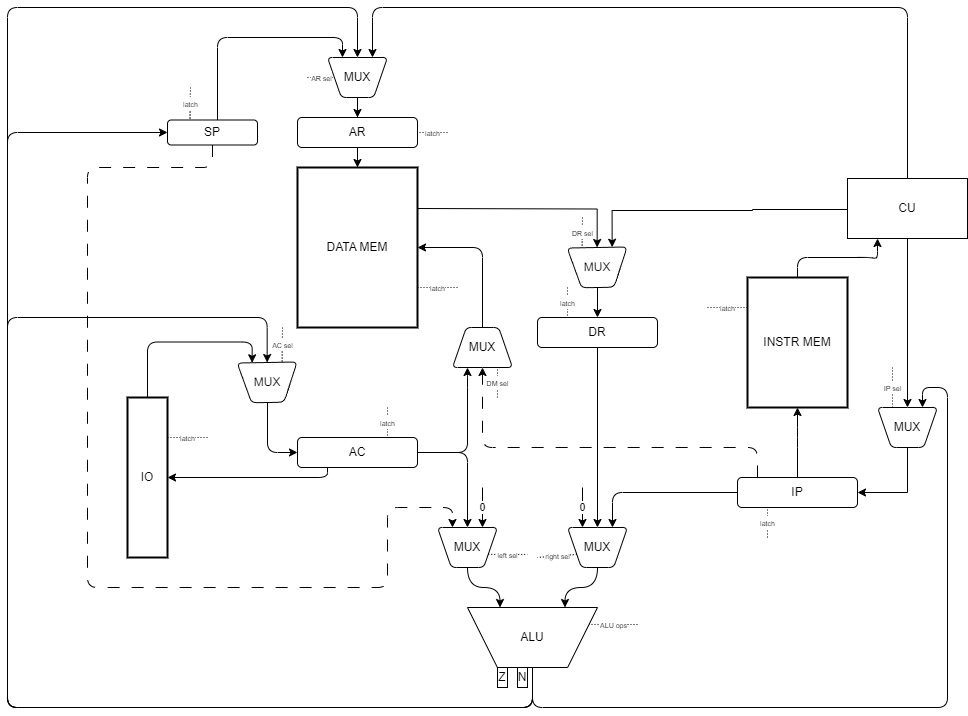
This is docs/sheme.png from artem961/csa-lab-4, a draw.io export, as it was before one commit. Source tidied: cells renumbered, new cells last; positions are measured from the earlier drawing's top-left corner, leaving out a move shared by most shapes.
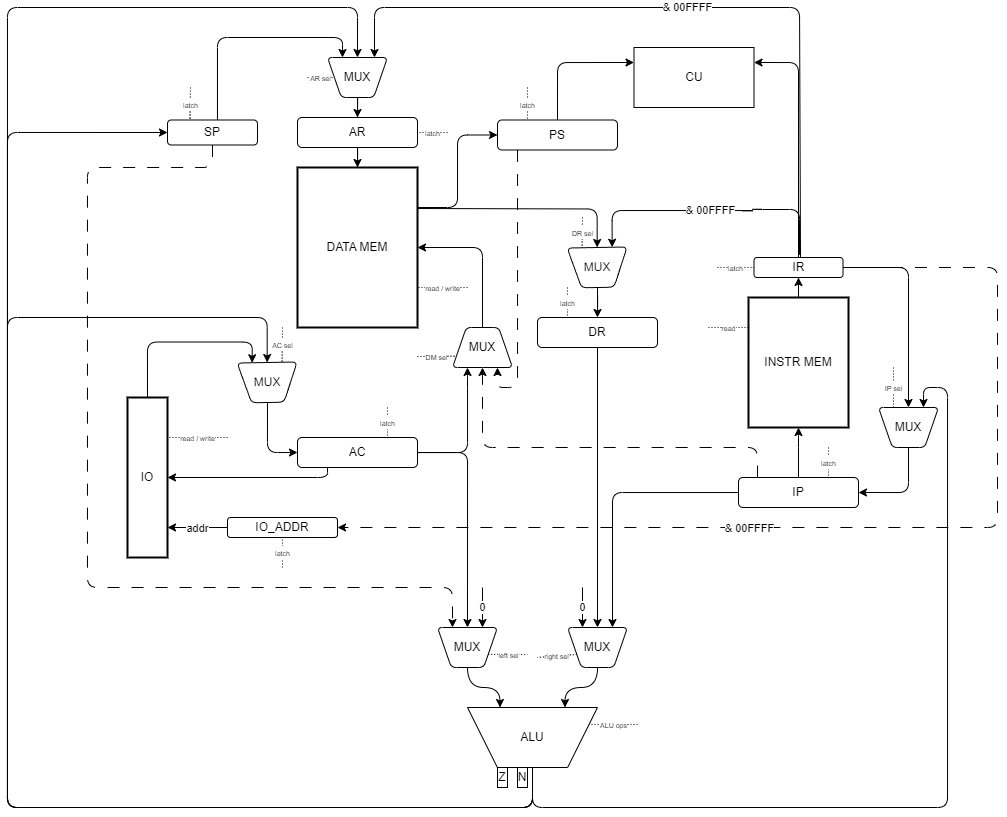
Above is the later version.

Commit message:
sync sheme and code + cu sheme

What changed in the source:
```diff
@@ -4,9 +4,9 @@
     <mxCell id="1" parent="0" />
-    <mxCell id="2" style="edgeStyle=orthogonalEdgeStyle;rounded=1;jettySize=auto;html=1;entryX=0.25;entryY=1;entryDx=0;entryDy=0;exitX=0.5;exitY=0;exitDx=0;exitDy=0;curved=0;" parent="1" edge="1" source="3" target="13">
-      <mxGeometry relative="1" as="geometry" />
-    </mxCell>
+    <mxCell id="67" style="edgeStyle=orthogonalEdgeStyle;rounded=0;jettySize=auto;html=1;entryX=0.5;entryY=1;entryDx=0;entryDy=0;" parent="1" edge="1" source="3" target="76">
+      <mxGeometry relative="1" as="geometry" />
+    </mxCell>
     <mxCell id="3" value="INSTR MEM" style="rounded=0;whiteSpace=wrap;html=1;strokeWidth=2;" parent="1" vertex="1">
-      <mxGeometry x="740" y="270" width="100" height="130" as="geometry" />
+      <mxGeometry x="741" y="290" width="100" height="130" as="geometry" />
     </mxCell>
-    <mxCell id="4" style="edgeStyle=orthogonalEdgeStyle;rounded=0;jettySize=auto;html=1;entryX=0.5;entryY=0;entryDx=0;entryDy=0;exitX=1;exitY=0.25;exitDx=0;exitDy=0;" parent="1" edge="1" target="65">
+    <mxCell id="4" style="edgeStyle=orthogonalEdgeStyle;rounded=1;jettySize=auto;html=1;entryX=0.5;entryY=0;entryDx=0;entryDy=0;exitX=1;exitY=0.25;exitDx=0;exitDy=0;curved=0;" parent="1" edge="1" target="65">
       <mxGeometry relative="1" as="geometry">
@@ -15,2 +15,5 @@
     </mxCell>
+    <mxCell id="68" style="edgeStyle=orthogonalEdgeStyle;rounded=1;jettySize=auto;html=1;entryX=0;entryY=0.5;entryDx=0;entryDy=0;exitX=1;exitY=0.25;exitDx=0;exitDy=0;curved=0;" parent="1" edge="1" source="5" target="71">
+      <mxGeometry relative="1" as="geometry" />
+    </mxCell>
     <mxCell id="5" value="DATA MEM" style="rounded=0;whiteSpace=wrap;html=1;strokeWidth=2;" parent="1" vertex="1">
@@ -21,4 +24,4 @@
         <Array as="points">
-          <mxPoint x="790" y="430" />
-          <mxPoint x="790" y="430" />
+          <mxPoint x="791" y="430" />
+          <mxPoint x="791" y="430" />
         </Array>
@@ -38,13 +41,13 @@
     <mxCell id="9" value="IP" style="rounded=1;whiteSpace=wrap;html=1;" parent="1" vertex="1">
-      <mxGeometry x="730" y="470" width="120" height="30" as="geometry" />
+      <mxGeometry x="731" y="470" width="120" height="30" as="geometry" />
     </mxCell>
-    <mxCell id="10" style="edgeStyle=orthogonalEdgeStyle;rounded=0;jettySize=auto;html=1;entryX=0.5;entryY=0;entryDx=0;entryDy=0;" parent="1" edge="1" source="13" target="30">
+    <mxCell id="10" style="edgeStyle=orthogonalEdgeStyle;rounded=1;jettySize=auto;html=1;entryX=0.5;entryY=0;entryDx=0;entryDy=0;exitX=1;exitY=0.5;exitDx=0;exitDy=0;curved=0;" parent="1" edge="1" source="76" target="30">
       <mxGeometry relative="1" as="geometry" />
     </mxCell>
-    <mxCell id="11" style="edgeStyle=orthogonalEdgeStyle;rounded=0;jettySize=auto;html=1;entryX=0.75;entryY=0;entryDx=0;entryDy=0;exitX=0;exitY=0.5;exitDx=0;exitDy=0;" parent="1" edge="1" target="65">
+    <mxCell id="11" value="&amp;amp; 00FFFF" style="edgeStyle=orthogonalEdgeStyle;rounded=1;jettySize=auto;html=1;entryX=0.75;entryY=0;entryDx=0;entryDy=0;exitX=0.511;exitY=-0.131;exitDx=0;exitDy=0;curved=0;exitPerimeter=0;" parent="1" edge="1" source="76" target="65">
       <mxGeometry relative="1" as="geometry">
-        <mxPoint x="840" y="203" as="sourcePoint" />
         <Array as="points">
+          <mxPoint x="792" y="202" />
           <mxPoint x="745" y="202" />
-          <mxPoint x="645" y="203" />
+          <mxPoint x="605" y="203" />
         </Array>
@@ -52,7 +55,10 @@
     </mxCell>
-    <mxCell id="12" style="edgeStyle=orthogonalEdgeStyle;rounded=1;jettySize=auto;html=1;entryX=0.75;entryY=0;entryDx=0;entryDy=0;exitX=0.5;exitY=0;exitDx=0;exitDy=0;curved=0;" parent="1" edge="1" source="13" target="34">
+    <mxCell id="12" value="&amp;amp; 00FFFF" style="edgeStyle=orthogonalEdgeStyle;rounded=1;orthogonalLoop=1;jettySize=auto;html=1;entryX=0.75;entryY=0;entryDx=0;entryDy=0;exitX=0.5;exitY=0;exitDx=0;exitDy=0;curved=0;" parent="1" edge="1">
       <mxGeometry relative="1" as="geometry">
+        <mxPoint x="793" y="250" as="sourcePoint" />
+        <mxPoint x="367" y="50" as="targetPoint" />
         <Array as="points">
-          <mxPoint x="900" />
-          <mxPoint x="365" />
+          <mxPoint x="792" y="250" />
+          <mxPoint x="792" />
+          <mxPoint x="367" />
         </Array>
@@ -61,3 +67,3 @@
     <mxCell id="13" value="CU" style="rounded=0;whiteSpace=wrap;html=1;" parent="1" vertex="1">
-      <mxGeometry x="840" y="171" width="120" height="60" as="geometry" />
+      <mxGeometry x="626.5" y="40" width="120" height="60" as="geometry" />
     </mxCell>
@@ -72,6 +78,6 @@
         <Array as="points">
-          <mxPoint x="525" y="700" />
-          <mxPoint x="940" y="700" />
+          <mxPoint x="525" y="800" />
+          <mxPoint x="940" y="800" />
           <mxPoint x="940" y="380" />
-          <mxPoint x="915" y="380" />
+          <mxPoint x="916" y="380" />
         </Array>
@@ -82,4 +88,4 @@
         <Array as="points">
-          <mxPoint x="525" y="700" />
-          <mxPoint y="700" />
+          <mxPoint x="525" y="800" />
+          <mxPoint y="800" />
           <mxPoint />
@@ -92,4 +98,4 @@
         <Array as="points">
-          <mxPoint x="525" y="700" />
-          <mxPoint y="700" />
+          <mxPoint x="525" y="800" />
+          <mxPoint y="800" />
           <mxPoint y="310" />
@@ -102,4 +108,4 @@
         <Array as="points">
-          <mxPoint x="525" y="700" />
-          <mxPoint y="700" />
+          <mxPoint x="525" y="800" />
+          <mxPoint y="800" />
           <mxPoint y="125" />
@@ -109,3 +115,3 @@
     <mxCell id="20" value="ALU" style="verticalLabelPosition=middle;verticalAlign=middle;html=1;shape=trapezoid;perimeter=trapezoidPerimeter;whiteSpace=wrap;size=0.23;arcSize=10;flipV=1;labelPosition=center;align=center;" parent="1" vertex="1">
-      <mxGeometry x="460" y="600" width="130" height="60" as="geometry" />
+      <mxGeometry x="460" y="700" width="130" height="60" as="geometry" />
     </mxCell>
@@ -115,3 +121,3 @@
     <mxCell id="22" value="MUX" style="verticalLabelPosition=middle;verticalAlign=middle;html=1;shape=trapezoid;perimeter=trapezoidPerimeter;whiteSpace=wrap;size=0.23;arcSize=10;flipV=1;labelPosition=center;align=center;rounded=1;" parent="1" vertex="1">
-      <mxGeometry x="430" y="520" width="60" height="40" as="geometry" />
+      <mxGeometry x="430" y="620" width="60" height="40" as="geometry" />
     </mxCell>
@@ -121,3 +127,3 @@
     <mxCell id="24" value="MUX" style="verticalLabelPosition=middle;verticalAlign=middle;html=1;shape=trapezoid;perimeter=trapezoidPerimeter;whiteSpace=wrap;size=0.23;arcSize=10;flipV=1;labelPosition=center;align=center;rounded=1;" parent="1" vertex="1">
-      <mxGeometry x="560" y="520" width="60" height="40" as="geometry" />
+      <mxGeometry x="560" y="620" width="60" height="40" as="geometry" />
     </mxCell>
@@ -144,3 +150,3 @@
     </mxCell>
-    <mxCell id="29" style="edgeStyle=orthogonalEdgeStyle;rounded=0;jettySize=auto;html=1;entryX=1;entryY=0.5;entryDx=0;entryDy=0;exitX=0.5;exitY=1;exitDx=0;exitDy=0;" parent="1" edge="1" source="30" target="9">
+    <mxCell id="29" style="edgeStyle=orthogonalEdgeStyle;rounded=1;jettySize=auto;html=1;entryX=1;entryY=0.5;entryDx=0;entryDy=0;exitX=0.5;exitY=1;exitDx=0;exitDy=0;curved=0;" parent="1" edge="1" source="30" target="9">
       <mxGeometry relative="1" as="geometry" />
@@ -148,3 +154,3 @@
     <mxCell id="30" value="MUX" style="verticalLabelPosition=middle;verticalAlign=middle;html=1;shape=trapezoid;perimeter=trapezoidPerimeter;whiteSpace=wrap;size=0.23;arcSize=10;flipV=1;labelPosition=center;align=center;rounded=1;" parent="1" vertex="1">
-      <mxGeometry x="870" y="400" width="60" height="40" as="geometry" />
+      <mxGeometry x="871" y="400" width="60" height="40" as="geometry" />
     </mxCell>
@@ -180,5 +186,3 @@
           <mxPoint x="80" y="580" />
-          <mxPoint x="380" y="580" />
-          <mxPoint x="380" y="500" />
-          <mxPoint x="445" y="500" />
+          <mxPoint x="445" y="580" />
         </Array>
@@ -199,3 +203,3 @@
       <mxGeometry relative="1" as="geometry">
-        <mxPoint x="575" y="480" as="targetPoint" />
+        <mxPoint x="575" y="580" as="targetPoint" />
       </mxGeometry>
@@ -204,3 +208,3 @@
       <mxGeometry relative="1" as="geometry">
-        <mxPoint x="475" y="480" as="targetPoint" />
+        <mxPoint x="475" y="580" as="targetPoint" />
       </mxGeometry>
@@ -209,3 +213,3 @@
       <mxGeometry relative="1" as="geometry">
-        <mxPoint x="520" y="547" as="targetPoint" />
+        <mxPoint x="520" y="647" as="targetPoint" />
       </mxGeometry>
@@ -214,3 +218,3 @@
       <mxGeometry relative="1" as="geometry">
-        <mxPoint x="530" y="550" as="targetPoint" />
+        <mxPoint x="530" y="650" as="targetPoint" />
       </mxGeometry>
@@ -227,5 +231,5 @@
     </mxCell>
-    <mxCell id="48" value="&lt;font style=&quot;font-size: 7px;&quot;&gt;latch&lt;/font&gt;" style="endArrow=none;dashed=1;html=1;rounded=0;dashPattern=1 2;entryX=1;entryY=0.25;entryDx=0;entryDy=0;" parent="1" edge="1" target="38">
+    <mxCell id="48" value="&lt;font style=&quot;font-size: 7px;&quot;&gt;read / write&lt;/font&gt;" style="endArrow=none;dashed=1;html=1;rounded=0;dashPattern=1 2;entryX=1;entryY=0.25;entryDx=0;entryDy=0;" parent="1" edge="1" target="38">
       <mxGeometry relative="1" as="geometry">
-        <mxPoint x="200" y="430" as="sourcePoint" />
+        <mxPoint x="220" y="430" as="sourcePoint" />
       </mxGeometry>
@@ -239,8 +243,8 @@
       <mxGeometry relative="1" as="geometry">
-        <mxPoint x="630" y="617" as="sourcePoint" />
+        <mxPoint x="630" y="717" as="sourcePoint" />
       </mxGeometry>
     </mxCell>
-    <mxCell id="51" value="&lt;font style=&quot;font-size: 7px;&quot;&gt;latch&lt;/font&gt;" style="endArrow=none;dashed=1;html=1;rounded=0;dashPattern=1 2;entryX=0.25;entryY=1;entryDx=0;entryDy=0;" parent="1" edge="1" target="9">
+    <mxCell id="51" value="&lt;font style=&quot;font-size: 7px;&quot;&gt;latch&lt;/font&gt;" style="endArrow=none;dashed=1;html=1;rounded=0;dashPattern=1 2;entryX=0.75;entryY=0;entryDx=0;entryDy=0;" parent="1" edge="1" target="9">
       <mxGeometry relative="1" as="geometry">
-        <mxPoint x="760" y="530" as="sourcePoint" />
+        <mxPoint x="821" y="440" as="sourcePoint" />
       </mxGeometry>
@@ -249,3 +253,3 @@
       <mxGeometry relative="1" as="geometry">
-        <mxPoint x="885" y="360" as="sourcePoint" />
+        <mxPoint x="886" y="360" as="sourcePoint" />
       </mxGeometry>
@@ -257,5 +261,5 @@
     </mxCell>
-    <mxCell id="54" value="&lt;font style=&quot;font-size: 7px;&quot;&gt;latch&lt;/font&gt;" style="endArrow=none;dashed=1;html=1;rounded=0;dashPattern=1 2;entryX=1;entryY=0.75;entryDx=0;entryDy=0;" parent="1" edge="1" target="5">
+    <mxCell id="54" value="&lt;font style=&quot;font-size: 7px;&quot;&gt;read / write&lt;/font&gt;" style="endArrow=none;dashed=1;html=1;rounded=0;dashPattern=1 2;entryX=1;entryY=0.75;entryDx=0;entryDy=0;" parent="1" edge="1" target="5">
       <mxGeometry relative="1" as="geometry">
-        <mxPoint x="450" y="280" as="sourcePoint" />
+        <mxPoint x="460" y="280" as="sourcePoint" />
       </mxGeometry>
@@ -263,6 +267,6 @@
     <mxCell id="55" value="Z" style="rounded=0;whiteSpace=wrap;html=1;" parent="1" vertex="1">
-      <mxGeometry x="490" y="660" width="10" height="20" as="geometry" />
+      <mxGeometry x="490" y="760" width="10" height="20" as="geometry" />
     </mxCell>
     <mxCell id="56" value="N" style="rounded=0;whiteSpace=wrap;html=1;" parent="1" vertex="1">
-      <mxGeometry x="510" y="660" width="10" height="20" as="geometry" />
+      <mxGeometry x="510" y="760" width="10" height="20" as="geometry" />
     </mxCell>
@@ -291,8 +295,8 @@
     </mxCell>
-    <mxCell id="62" value="&lt;font style=&quot;font-size: 7px;&quot;&gt;latch&lt;/font&gt;" style="endArrow=none;dashed=1;html=1;rounded=0;dashPattern=1 2;entryX=1;entryY=0.75;entryDx=0;entryDy=0;" parent="1" edge="1">
+    <mxCell id="62" value="&lt;span style=&quot;font-size: 7px;&quot;&gt;read&lt;/span&gt;" style="endArrow=none;dashed=1;html=1;rounded=0;dashPattern=1 2;entryX=1;entryY=0.75;entryDx=0;entryDy=0;" parent="1" edge="1">
       <mxGeometry relative="1" as="geometry">
-        <mxPoint x="740" y="300" as="sourcePoint" />
-        <mxPoint x="700" y="300" as="targetPoint" />
+        <mxPoint x="741" y="320" as="sourcePoint" />
+        <mxPoint x="701" y="320" as="targetPoint" />
         <Array as="points">
-          <mxPoint x="740" y="300" />
+          <mxPoint x="741" y="320" />
         </Array>
@@ -300,5 +304,5 @@
     </mxCell>
-    <mxCell id="63" value="&lt;span style=&quot;font-size: 7px;&quot;&gt;DM sel&lt;/span&gt;" style="endArrow=none;dashed=1;html=1;rounded=0;dashPattern=1 2;entryX=0.25;entryY=0;entryDx=0;entryDy=0;" parent="1" edge="1" target="58">
+    <mxCell id="63" value="&lt;span style=&quot;font-size: 7px;&quot;&gt;DM sel&lt;/span&gt;" style="endArrow=none;dashed=1;html=1;rounded=0;dashPattern=1 2;entryX=1;entryY=0.25;entryDx=0;entryDy=0;" parent="1" edge="1" target="58">
       <mxGeometry relative="1" as="geometry">
-        <mxPoint x="490" y="390" as="sourcePoint" />
+        <mxPoint x="410" y="349" as="sourcePoint" />
       </mxGeometry>
@@ -316,2 +320,56 @@
     </mxCell>
+    <mxCell id="69" style="edgeStyle=orthogonalEdgeStyle;rounded=1;jettySize=auto;html=1;entryX=0;entryY=0.25;entryDx=0;entryDy=0;curved=0;exitX=0.5;exitY=0;exitDx=0;exitDy=0;" parent="1" edge="1" source="71" target="13">
+      <mxGeometry relative="1" as="geometry" />
+    </mxCell>
+    <mxCell id="70" style="edgeStyle=orthogonalEdgeStyle;rounded=1;jettySize=auto;html=1;entryX=0.25;entryY=0;entryDx=0;entryDy=0;dashed=1;dashPattern=12 12;curved=0;" parent="1" edge="1" source="71" target="58">
+      <mxGeometry relative="1" as="geometry">
+        <Array as="points">
+          <mxPoint x="510" y="380" />
+          <mxPoint x="490" y="380" />
+        </Array>
+      </mxGeometry>
+    </mxCell>
+    <mxCell id="71" value="PS" style="rounded=1;whiteSpace=wrap;html=1;" parent="1" vertex="1">
+      <mxGeometry x="490" y="112.5" width="120" height="30" as="geometry" />
+    </mxCell>
+    <mxCell id="72" value="&lt;font style=&quot;font-size: 7px;&quot;&gt;latch&lt;/font&gt;" style="endArrow=none;dashed=1;html=1;rounded=0;dashPattern=1 2;entryX=0.25;entryY=0;entryDx=0;entryDy=0;" parent="1" edge="1" target="71">
+      <mxGeometry relative="1" as="geometry">
+        <mxPoint x="520" y="80" as="sourcePoint" />
+      </mxGeometry>
+    </mxCell>
+    <mxCell id="73" style="edgeStyle=orthogonalEdgeStyle;rounded=1;jettySize=auto;html=1;entryX=1;entryY=0.25;entryDx=0;entryDy=0;curved=0;" parent="1" edge="1" source="76" target="13">
+      <mxGeometry relative="1" as="geometry" />
+    </mxCell>
+    <mxCell id="74" style="edgeStyle=orthogonalEdgeStyle;rounded=1;jettySize=auto;html=1;curved=0;dashed=1;dashPattern=12 12;entryX=1;entryY=0.5;entryDx=0;entryDy=0;" parent="1" edge="1" source="76" target="79">
+      <mxGeometry relative="1" as="geometry">
+        <Array as="points">
+          <mxPoint x="990" y="260" />
+          <mxPoint x="990" y="520" />
+        </Array>
+      </mxGeometry>
+    </mxCell>
+    <mxCell id="75" value="&amp;amp; 00FFFF" style="edgeLabel;html=1;align=center;verticalAlign=middle;" parent="74" vertex="1">
+      <mxGeometry x="0.24" y="1" relative="1" as="geometry" />
+    </mxCell>
+    <mxCell id="76" value="IR" style="rounded=1;whiteSpace=wrap;html=1;" parent="1" vertex="1">
+      <mxGeometry x="746.5" y="250" width="89" height="20" as="geometry" />
+    </mxCell>
+    <mxCell id="77" value="&lt;font style=&quot;font-size: 7px;&quot;&gt;latch&lt;/font&gt;" style="endArrow=none;dashed=1;html=1;rounded=0;dashPattern=1 2;entryX=0;entryY=0.5;entryDx=0;entryDy=0;" parent="1" edge="1" target="76">
+      <mxGeometry relative="1" as="geometry">
+        <mxPoint x="710" y="260" as="sourcePoint" />
+      </mxGeometry>
+    </mxCell>
+    <mxCell id="78" value="addr" style="edgeStyle=orthogonalEdgeStyle;rounded=0;jettySize=auto;html=1;entryX=1;entryY=0.75;entryDx=0;entryDy=0;" parent="1" edge="1" source="79">
+      <mxGeometry relative="1" as="geometry">
+        <mxPoint x="160" y="520" as="targetPoint" />
+      </mxGeometry>
+    </mxCell>
+    <mxCell id="79" value="IO_ADDR" style="rounded=1;whiteSpace=wrap;html=1;" parent="1" vertex="1">
+      <mxGeometry x="220" y="510" width="110" height="20" as="geometry" />
+    </mxCell>
+    <mxCell id="80" value="&lt;font style=&quot;font-size: 7px;&quot;&gt;latch&lt;/font&gt;" style="endArrow=none;dashed=1;html=1;rounded=0;dashPattern=1 2;entryX=0.5;entryY=1;entryDx=0;entryDy=0;" parent="1" edge="1" target="79">
+      <mxGeometry relative="1" as="geometry">
+        <mxPoint x="275" y="560" as="sourcePoint" />
+      </mxGeometry>
+    </mxCell>
   </root>
```
